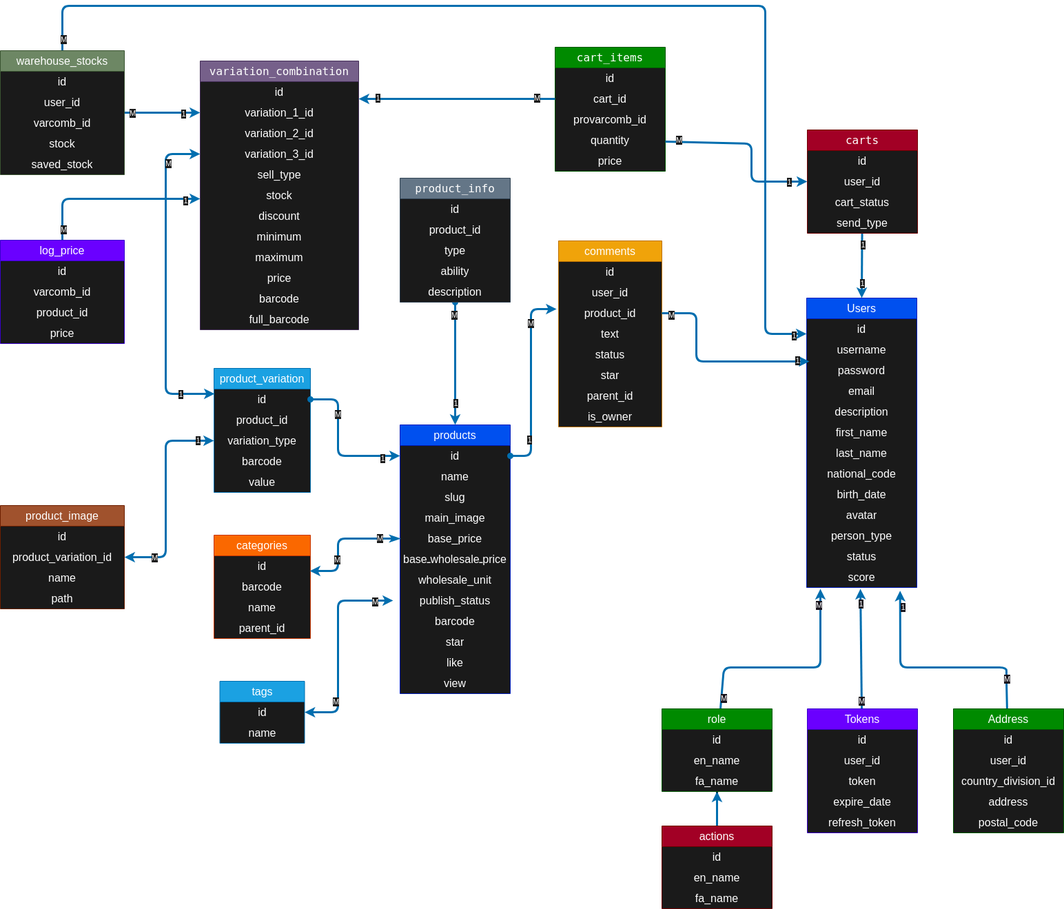
Before: tantak.drawio.png, a diagram exported from draw.io (jafari8001/tantak). Source tidied: cells renumbered, new cells last; positions are measured from the earlier drawing's top-left corner, leaving out a move shared by most shapes.
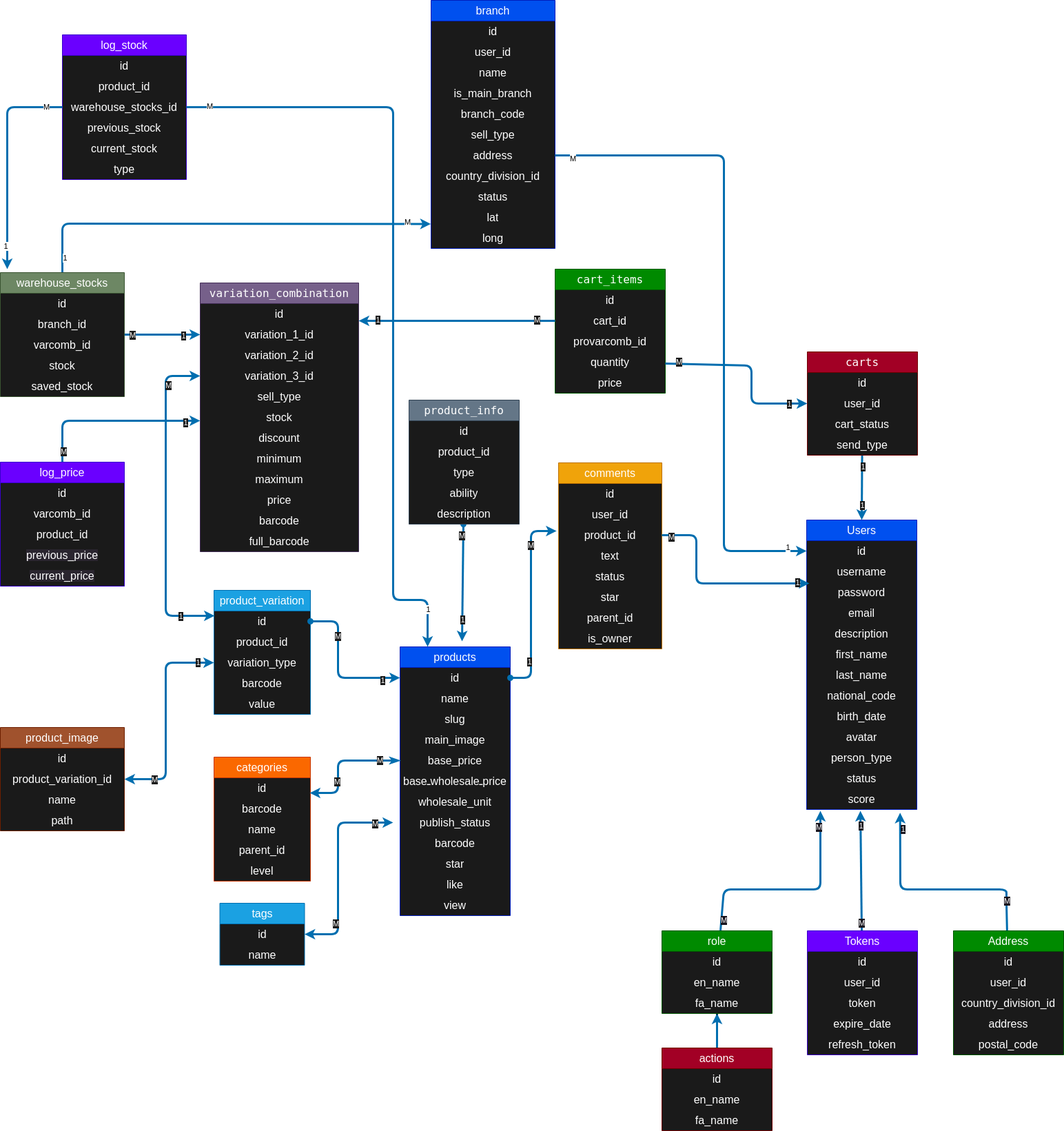
Above is the later version.

The edit, as a diff of the source:
```diff
@@ -43,4 +43,6 @@
     </mxCell>
-    <mxCell id="15" style="html=1;entryX=0.5;entryY=0;entryDx=0;entryDy=0;strokeWidth=3;fillColor=#1ba1e2;strokeColor=#006EAF;startArrow=oval;startFill=1;fontSize=16;align=center;verticalAlign=middle;horizontal=1;fontColor=#FFFFFF;" parent="1" edge="1" source="18" target="2">
-      <mxGeometry relative="1" as="geometry" />
+    <mxCell id="15" style="html=1;strokeWidth=3;fillColor=#1ba1e2;strokeColor=#006EAF;startArrow=oval;startFill=1;fontSize=16;align=center;verticalAlign=middle;horizontal=1;fontColor=#FFFFFF;" parent="1" edge="1" source="18">
+      <mxGeometry relative="1" as="geometry">
+        <mxPoint x="670" y="600" as="targetPoint" />
+      </mxGeometry>
     </mxCell>
@@ -53,3 +55,3 @@
     <mxCell id="18" value="&lt;font face=&quot;monospace&quot; style=&quot;font-size: 16px;&quot;&gt;product_info&lt;/font&gt;" style="swimlane;fontStyle=0;horizontal=1;startSize=30;whiteSpace=wrap;html=1;fillColor=#647687;fontColor=#FFFFFF;strokeColor=#314354;swimlaneFillColor=#1A1A1A;fontSize=16;align=center;verticalAlign=middle;" parent="1" vertex="1">
-      <mxGeometry x="580" y="250" width="160" height="180" as="geometry" />
+      <mxGeometry x="593" y="250" width="160" height="180" as="geometry" />
     </mxCell>
@@ -97,3 +99,3 @@
     <mxCell id="30" value="categories" style="swimlane;fontStyle=0;horizontal=1;startSize=30;whiteSpace=wrap;html=1;fillColor=#fa6800;fontColor=#FFFFFF;strokeColor=#C73500;swimlaneFillColor=#1A1A1A;fontSize=16;align=center;verticalAlign=middle;" parent="1" vertex="1">
-      <mxGeometry x="310" y="768" width="140" height="150" as="geometry" />
+      <mxGeometry x="310" y="768" width="140" height="180" as="geometry" />
     </mxCell>
@@ -111,2 +113,5 @@
     </mxCell>
+    <mxCell id="171" value="level" style="text;strokeColor=none;fillColor=none;align=center;verticalAlign=middle;spacingLeft=4;spacingRight=4;overflow=hidden;whiteSpace=wrap;html=1;fontColor=#FFFFFF;fontSize=16;horizontal=1;" parent="30" vertex="1">
+      <mxGeometry y="150" width="140" height="30" as="geometry" />
+    </mxCell>
     <mxCell id="35" style="edgeStyle=none;html=1;exitX=0;exitY=0.5;exitDx=0;exitDy=0;entryX=0.993;entryY=0.733;entryDx=0;entryDy=0;entryPerimeter=0;strokeWidth=3;fillColor=#1ba1e2;strokeColor=#006EAF;startArrow=classicThin;startFill=1;fontSize=16;align=center;verticalAlign=middle;horizontal=1;fontColor=#FFFFFF;" parent="1" edge="1" target="31">
@@ -220,17 +225,17 @@
     </mxCell>
-    <mxCell id="66" style="edgeStyle=none;html=1;fillColor=#1ba1e2;strokeColor=#006EAF;strokeWidth=3;entryX=0;entryY=0.733;entryDx=0;entryDy=0;entryPerimeter=0;fontColor=#FFFFFF;" parent="1" edge="1" source="69" target="96">
-      <mxGeometry relative="1" as="geometry">
-        <Array as="points">
-          <mxPoint x="90" />
-          <mxPoint x="1110" />
-          <mxPoint x="1110" y="476" />
-        </Array>
-      </mxGeometry>
-    </mxCell>
-    <mxCell id="67" value="1" style="edgeLabel;html=1;align=center;verticalAlign=middle;fontColor=#FFFFFF;labelBackgroundColor=#1A1A1A;" parent="66" vertex="1">
-      <mxGeometry x="0.98" y="-3" relative="1" as="geometry" />
-    </mxCell>
-    <mxCell id="68" value="M" style="edgeLabel;html=1;align=center;verticalAlign=middle;fontColor=#FFFFFF;labelBackgroundColor=#1A1A1A;" parent="66" vertex="1">
-      <mxGeometry x="-0.98" y="-1" relative="1" as="geometry" />
-    </mxCell>
+    <mxCell id="172" style="edgeStyle=none;html=1;entryX=-0.002;entryY=0.814;entryDx=0;entryDy=0;entryPerimeter=0;strokeWidth=3;fillColor=#1ba1e2;strokeColor=#006EAF;" parent="1" edge="1" source="69" target="199">
+      <mxGeometry relative="1" as="geometry">
+        <Array as="points">
+          <mxPoint x="90" y="-6" />
+        </Array>
+      </mxGeometry>
+    </mxCell>
+    <mxCell id="173" value="1" style="edgeLabel;html=1;align=center;verticalAlign=middle;" parent="172" vertex="1">
+      <mxGeometry x="-0.93" y="-3" relative="1" as="geometry">
+        <mxPoint y="-1" as="offset" />
+      </mxGeometry>
+    </mxCell>
+    <mxCell id="174" value="M" style="edgeLabel;html=1;align=center;verticalAlign=middle;" parent="172" vertex="1">
+      <mxGeometry x="0.89" y="3" relative="1" as="geometry" />
+    </mxCell>
     <mxCell id="69" value="&lt;span lang=&quot;en&quot; class=&quot;HwtZe&quot; style=&quot;font-size: 16px;&quot;&gt;warehouse_stocks&lt;/span&gt;" style="swimlane;fontStyle=0;horizontal=1;startSize=30;whiteSpace=wrap;html=1;fillColor=#6d8764;fontColor=#FFFFFF;strokeColor=#3A5431;swimlaneFillColor=#1A1A1A;fontSize=16;align=center;verticalAlign=middle;" parent="1" vertex="1">
@@ -241,3 +246,3 @@
     </mxCell>
-    <mxCell id="71" value="&lt;div style=&quot;font-size: 16px;&quot;&gt;&lt;span style=&quot;background-color: initial; font-size: 16px;&quot;&gt;user_id&lt;/span&gt;&lt;/div&gt;" style="text;strokeColor=none;fillColor=none;align=center;verticalAlign=middle;spacingLeft=4;spacingRight=4;overflow=hidden;whiteSpace=wrap;html=1;fontColor=#FFFFFF;fontSize=16;horizontal=1;" parent="69" vertex="1">
+    <mxCell id="71" value="&lt;div style=&quot;font-size: 16px;&quot;&gt;&lt;span style=&quot;background-color: initial; font-size: 16px;&quot;&gt;branch_id&lt;/span&gt;&lt;/div&gt;" style="text;strokeColor=none;fillColor=none;align=center;verticalAlign=middle;spacingLeft=4;spacingRight=4;overflow=hidden;whiteSpace=wrap;html=1;fontColor=#FFFFFF;fontSize=16;horizontal=1;" parent="69" vertex="1">
       <mxGeometry y="60" width="180" height="30" as="geometry" />
@@ -452,3 +457,3 @@
     <mxCell id="134" value="&lt;span lang=&quot;en&quot; class=&quot;HwtZe&quot; style=&quot;font-size: 16px;&quot;&gt;log_price&lt;/span&gt;" style="swimlane;fontStyle=0;horizontal=1;startSize=30;whiteSpace=wrap;html=1;fillColor=#6a00ff;fontColor=#FFFFFF;strokeColor=#3700CC;swimlaneFillColor=#1A1A1A;fontSize=16;align=center;verticalAlign=middle;" parent="1" vertex="1">
-      <mxGeometry y="340" width="180" height="150" as="geometry" />
+      <mxGeometry y="340" width="180" height="180" as="geometry" />
     </mxCell>
@@ -463,5 +468,8 @@
     </mxCell>
-    <mxCell id="138" value="&lt;span style=&quot;font-size: 16px;&quot;&gt;price&lt;/span&gt;" style="text;strokeColor=none;fillColor=none;align=center;verticalAlign=middle;spacingLeft=4;spacingRight=4;overflow=hidden;whiteSpace=wrap;html=1;fontColor=#FFFFFF;fontSize=16;horizontal=1;" parent="134" vertex="1">
+    <mxCell id="138" value="&lt;span style=&quot;color: rgb(255, 255, 255); font-family: Helvetica; font-size: 16px; font-style: normal; font-variant-ligatures: normal; font-variant-caps: normal; font-weight: 400; letter-spacing: normal; orphans: 2; text-align: center; text-indent: 0px; text-transform: none; widows: 2; word-spacing: 0px; -webkit-text-stroke-width: 0px; background-color: rgb(42, 37, 47); text-decoration-thickness: initial; text-decoration-style: initial; text-decoration-color: initial; float: none; display: inline !important;&quot;&gt;previous_price&lt;/span&gt;" style="text;strokeColor=none;fillColor=none;align=center;verticalAlign=middle;spacingLeft=4;spacingRight=4;overflow=hidden;whiteSpace=wrap;html=1;fontColor=#FFFFFF;fontSize=16;horizontal=1;" parent="134" vertex="1">
       <mxGeometry y="120" width="180" height="30" as="geometry" />
     </mxCell>
+    <mxCell id="175" value="&lt;span style=&quot;color: rgb(255, 255, 255); font-family: Helvetica; font-size: 16px; font-style: normal; font-variant-ligatures: normal; font-variant-caps: normal; font-weight: 400; letter-spacing: normal; orphans: 2; text-align: center; text-indent: 0px; text-transform: none; widows: 2; word-spacing: 0px; -webkit-text-stroke-width: 0px; background-color: rgb(42, 37, 47); text-decoration-thickness: initial; text-decoration-style: initial; text-decoration-color: initial; float: none; display: inline !important;&quot;&gt;current_price&lt;/span&gt;" style="text;strokeColor=none;fillColor=none;align=center;verticalAlign=middle;spacingLeft=4;spacingRight=4;overflow=hidden;whiteSpace=wrap;html=1;fontColor=#FFFFFF;fontSize=16;horizontal=1;" parent="134" vertex="1">
+      <mxGeometry y="150" width="180" height="30" as="geometry" />
+    </mxCell>
     <mxCell id="139" style="edgeStyle=none;html=1;entryX=0.848;entryY=1.158;entryDx=0;entryDy=0;entryPerimeter=0;strokeWidth=3;fillColor=#1ba1e2;strokeColor=#006EAF;fontColor=#FFFFFF;" parent="1" edge="1" source="142" target="108">
@@ -580,2 +588,106 @@
     </mxCell>
+    <mxCell id="176" value="log_stock" style="swimlane;fontStyle=0;horizontal=1;startSize=30;whiteSpace=wrap;html=1;fillColor=#6a00ff;fontColor=#FFFFFF;strokeColor=#3700CC;swimlaneFillColor=#1A1A1A;fontSize=16;align=center;verticalAlign=middle;" parent="1" vertex="1">
+      <mxGeometry x="90" y="-280" width="180" height="210" as="geometry" />
+    </mxCell>
+    <mxCell id="177" value="id" style="text;strokeColor=none;fillColor=none;align=center;verticalAlign=middle;spacingLeft=4;spacingRight=4;overflow=hidden;whiteSpace=wrap;html=1;fontColor=#FFFFFF;fontSize=16;horizontal=1;" parent="176" vertex="1">
+      <mxGeometry y="30" width="180" height="30" as="geometry" />
+    </mxCell>
+    <mxCell id="178" value="&lt;div style=&quot;font-size: 16px;&quot;&gt;&lt;span style=&quot;background-color: initial; font-size: 16px;&quot;&gt;product_id&lt;/span&gt;&lt;/div&gt;" style="text;strokeColor=none;fillColor=none;align=center;verticalAlign=middle;spacingLeft=4;spacingRight=4;overflow=hidden;whiteSpace=wrap;html=1;fontColor=#FFFFFF;fontSize=16;horizontal=1;" parent="176" vertex="1">
+      <mxGeometry y="60" width="180" height="30" as="geometry" />
+    </mxCell>
+    <mxCell id="179" value="&lt;div style=&quot;font-size: 16px;&quot;&gt;warehouse_stocks_id&lt;br&gt;&lt;/div&gt;" style="text;strokeColor=none;fillColor=none;align=center;verticalAlign=middle;spacingLeft=4;spacingRight=4;overflow=hidden;points=[[0,0.5],[1,0.5]];portConstraint=eastwest;whiteSpace=wrap;html=1;fontColor=#FFFFFF;fontSize=16;horizontal=1;" parent="176" vertex="1">
+      <mxGeometry y="90" width="180" height="30" as="geometry" />
+    </mxCell>
+    <mxCell id="180" value="&lt;div style=&quot;&quot;&gt;previous_stock&lt;br&gt;&lt;/div&gt;" style="text;strokeColor=none;fillColor=none;align=center;verticalAlign=middle;spacingLeft=4;spacingRight=4;overflow=hidden;whiteSpace=wrap;html=1;fontColor=#FFFFFF;fontSize=16;horizontal=1;" parent="176" vertex="1">
+      <mxGeometry y="120" width="180" height="30" as="geometry" />
+    </mxCell>
+    <mxCell id="181" value="current_stock" style="text;strokeColor=none;fillColor=none;align=center;verticalAlign=middle;spacingLeft=4;spacingRight=4;overflow=hidden;whiteSpace=wrap;html=1;fontColor=#FFFFFF;fontSize=16;horizontal=1;" parent="176" vertex="1">
+      <mxGeometry y="150" width="180" height="30" as="geometry" />
+    </mxCell>
+    <mxCell id="182" value="type" style="text;strokeColor=none;fillColor=none;align=center;verticalAlign=middle;spacingLeft=4;spacingRight=4;overflow=hidden;whiteSpace=wrap;html=1;fontColor=#FFFFFF;fontSize=16;horizontal=1;" parent="176" vertex="1">
+      <mxGeometry y="180" width="180" height="30" as="geometry" />
+    </mxCell>
+    <mxCell id="183" style="edgeStyle=none;html=1;fillColor=#1ba1e2;strokeColor=#006EAF;strokeWidth=3;" parent="1" edge="1" source="179">
+      <mxGeometry relative="1" as="geometry">
+        <mxPoint x="10" y="60" as="targetPoint" />
+        <Array as="points">
+          <mxPoint x="10" y="-175" />
+        </Array>
+      </mxGeometry>
+    </mxCell>
+    <mxCell id="184" value="1" style="edgeLabel;html=1;align=center;verticalAlign=middle;" parent="183" vertex="1">
+      <mxGeometry x="0.79" y="-3" relative="1" as="geometry" />
+    </mxCell>
+    <mxCell id="185" value="M" style="edgeLabel;html=1;align=center;verticalAlign=middle;" parent="183" vertex="1">
+      <mxGeometry x="-0.85" y="-1" relative="1" as="geometry" />
+    </mxCell>
+    <mxCell id="186" style="edgeStyle=none;html=1;entryX=0.25;entryY=0;entryDx=0;entryDy=0;strokeWidth=3;fillColor=#1ba1e2;strokeColor=#006EAF;" parent="1" edge="1" source="179" target="2">
+      <mxGeometry relative="1" as="geometry">
+        <Array as="points">
+          <mxPoint x="570" y="-175" />
+          <mxPoint x="570" y="540" />
+          <mxPoint x="620" y="540" />
+        </Array>
+      </mxGeometry>
+    </mxCell>
+    <mxCell id="187" value="M" style="edgeLabel;html=1;align=center;verticalAlign=middle;" parent="186" vertex="1">
+      <mxGeometry x="-0.94" y="2" relative="1" as="geometry" />
+    </mxCell>
+    <mxCell id="188" value="1" style="edgeLabel;html=1;align=center;verticalAlign=middle;" parent="186" vertex="1">
+      <mxGeometry x="0.91" relative="1" as="geometry">
+        <mxPoint y="-1" as="offset" />
+      </mxGeometry>
+    </mxCell>
+    <mxCell id="189" value="branch" style="swimlane;fontStyle=0;horizontal=1;startSize=30;whiteSpace=wrap;html=1;fillColor=#0050ef;fontColor=#ffffff;strokeColor=#001DBC;swimlaneFillColor=#1A1A1A;fontSize=16;align=center;verticalAlign=middle;" parent="1" vertex="1">
+      <mxGeometry x="625" y="-330" width="180" height="360" as="geometry" />
+    </mxCell>
+    <mxCell id="190" value="id" style="text;strokeColor=none;fillColor=none;align=center;verticalAlign=middle;spacingLeft=4;spacingRight=4;overflow=hidden;whiteSpace=wrap;html=1;fontColor=#FFFFFF;fontSize=16;horizontal=1;" parent="189" vertex="1">
+      <mxGeometry y="30" width="180" height="30" as="geometry" />
+    </mxCell>
+    <mxCell id="191" value="&lt;div style=&quot;font-size: 16px;&quot;&gt;&lt;span style=&quot;background-color: initial; font-size: 16px;&quot;&gt;user_id&lt;/span&gt;&lt;/div&gt;" style="text;strokeColor=none;fillColor=none;align=center;verticalAlign=middle;spacingLeft=4;spacingRight=4;overflow=hidden;whiteSpace=wrap;html=1;fontColor=#FFFFFF;fontSize=16;horizontal=1;" parent="189" vertex="1">
+      <mxGeometry y="60" width="180" height="30" as="geometry" />
+    </mxCell>
+    <mxCell id="192" value="&lt;div style=&quot;font-size: 16px;&quot;&gt;name&lt;br&gt;&lt;/div&gt;" style="text;strokeColor=none;fillColor=none;align=center;verticalAlign=middle;spacingLeft=4;spacingRight=4;overflow=hidden;whiteSpace=wrap;html=1;fontColor=#FFFFFF;fontSize=16;horizontal=1;" parent="189" vertex="1">
+      <mxGeometry y="90" width="180" height="30" as="geometry" />
+    </mxCell>
+    <mxCell id="193" value="&lt;div style=&quot;font-size: 16px;&quot;&gt;is_main_branch&lt;/div&gt;" style="text;strokeColor=none;fillColor=none;align=center;verticalAlign=middle;spacingLeft=4;spacingRight=4;overflow=hidden;whiteSpace=wrap;html=1;fontColor=#FFFFFF;fontSize=16;horizontal=1;" parent="189" vertex="1">
+      <mxGeometry y="120" width="180" height="30" as="geometry" />
+    </mxCell>
+    <mxCell id="194" value="&lt;div style=&quot;font-size: 16px;&quot;&gt;branch_code&lt;br&gt;&lt;/div&gt;" style="text;strokeColor=none;fillColor=none;align=center;verticalAlign=middle;spacingLeft=4;spacingRight=4;overflow=hidden;whiteSpace=wrap;html=1;fontColor=#FFFFFF;fontSize=16;horizontal=1;" parent="189" vertex="1">
+      <mxGeometry y="150" width="180" height="30" as="geometry" />
+    </mxCell>
+    <mxCell id="195" value="&lt;div style=&quot;font-size: 16px;&quot;&gt;sell_type&lt;br&gt;&lt;/div&gt;" style="text;strokeColor=none;fillColor=none;align=center;verticalAlign=middle;spacingLeft=4;spacingRight=4;overflow=hidden;whiteSpace=wrap;html=1;fontColor=#FFFFFF;fontSize=16;horizontal=1;" parent="189" vertex="1">
+      <mxGeometry y="180" width="180" height="30" as="geometry" />
+    </mxCell>
+    <mxCell id="196" value="&lt;div style=&quot;font-size: 16px;&quot;&gt;address&lt;br&gt;&lt;/div&gt;" style="text;strokeColor=none;fillColor=none;align=center;verticalAlign=middle;spacingLeft=4;spacingRight=4;overflow=hidden;points=[[0,0.5],[1,0.5]];portConstraint=eastwest;whiteSpace=wrap;html=1;fontColor=#FFFFFF;fontSize=16;horizontal=1;" parent="189" vertex="1">
+      <mxGeometry y="210" width="180" height="30" as="geometry" />
+    </mxCell>
+    <mxCell id="197" value="&lt;div style=&quot;font-size: 16px;&quot;&gt;country_division_id&lt;br&gt;&lt;/div&gt;" style="text;strokeColor=none;fillColor=none;align=center;verticalAlign=middle;spacingLeft=4;spacingRight=4;overflow=hidden;whiteSpace=wrap;html=1;fontColor=#FFFFFF;fontSize=16;horizontal=1;" parent="189" vertex="1">
+      <mxGeometry y="240" width="180" height="30" as="geometry" />
+    </mxCell>
+    <mxCell id="198" value="&lt;div style=&quot;font-size: 16px;&quot;&gt;status&lt;br&gt;&lt;/div&gt;" style="text;strokeColor=none;fillColor=none;align=center;verticalAlign=middle;spacingLeft=4;spacingRight=4;overflow=hidden;whiteSpace=wrap;html=1;fontColor=#FFFFFF;fontSize=16;horizontal=1;" parent="189" vertex="1">
+      <mxGeometry y="270" width="180" height="30" as="geometry" />
+    </mxCell>
+    <mxCell id="199" value="&lt;div style=&quot;font-size: 16px;&quot;&gt;lat&lt;br&gt;&lt;/div&gt;" style="text;strokeColor=none;fillColor=none;align=center;verticalAlign=middle;spacingLeft=4;spacingRight=4;overflow=hidden;points=[[0,0.5],[1,0.5]];portConstraint=eastwest;whiteSpace=wrap;html=1;fontColor=#FFFFFF;fontSize=16;horizontal=1;" parent="189" vertex="1">
+      <mxGeometry y="300" width="180" height="30" as="geometry" />
+    </mxCell>
+    <mxCell id="200" value="&lt;div style=&quot;font-size: 16px;&quot;&gt;long&lt;br&gt;&lt;/div&gt;" style="text;strokeColor=none;fillColor=none;align=center;verticalAlign=middle;spacingLeft=4;spacingRight=4;overflow=hidden;whiteSpace=wrap;html=1;fontColor=#FFFFFF;fontSize=16;horizontal=1;" parent="189" vertex="1">
+      <mxGeometry y="330" width="180" height="30" as="geometry" />
+    </mxCell>
+    <mxCell id="201" style="edgeStyle=none;html=1;entryX=0;entryY=0.5;entryDx=0;entryDy=0;strokeWidth=3;fillColor=#1ba1e2;strokeColor=#006EAF;" parent="1" edge="1" source="196" target="96">
+      <mxGeometry relative="1" as="geometry">
+        <Array as="points">
+          <mxPoint x="1050" y="-105" />
+          <mxPoint x="1050" y="469" />
+        </Array>
+      </mxGeometry>
+    </mxCell>
+    <mxCell id="202" value="M" style="edgeLabel;html=1;align=center;verticalAlign=middle;" parent="201" vertex="1">
+      <mxGeometry x="-0.95" y="-4" relative="1" as="geometry" />
+    </mxCell>
+    <mxCell id="203" value="1" style="edgeLabel;html=1;align=center;verticalAlign=middle;" parent="201" vertex="1">
+      <mxGeometry x="0.94" y="6" relative="1" as="geometry">
+        <mxPoint x="-1" as="offset" />
+      </mxGeometry>
+    </mxCell>
   </root>
```
